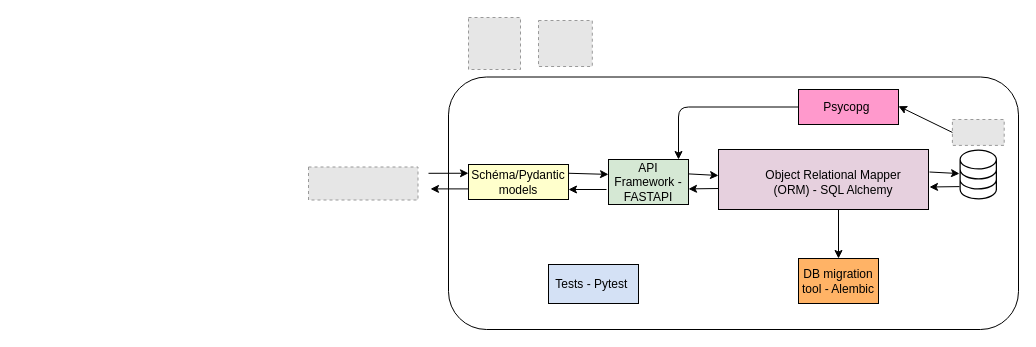
louisDBZ/2014_P1 keeps this draw.io diagram as documentation-resources/SW_Architecture_Diagram.drawio. Above is the earlier version. Source tidied: cells renumbered, new cells numbered last; positions are measured from the earlier drawing's top-left corner, leaving out a move shared by most shapes. Both pictures are drawn from the tidied source at 100%, with x=0, y=0 at pixel (308, 17). Pictures stored in the file or linked from it are replaced by grey dashed boxes.
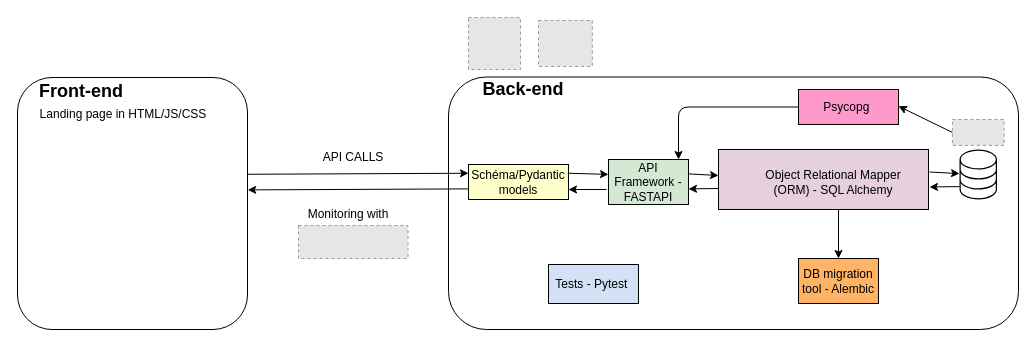
Above is the later version.

The change refers to these unchanged cells:
```xml
<mxCell id="8" value="Schéma/Pydantic models" style="rounded=0;whiteSpace=wrap;html=1;strokeColor=#000000;fillColor=#FFFFCC;" parent="1" vertex="1">
  <mxGeometry x="160" y="147" width="100" height="35" as="geometry" />
</mxCell>
```

What changed in the source:
```diff
@@
-    <mxCell id="9" style="endArrow=classic;html=1;entryX=0;entryY=0.25;entryDx=0;entryDy=0;exitX=1;exitY=0.387;exitDx=0;exitDy=0;exitPerimeter=0;" parent="1" edge="1" target="8">
-      <mxGeometry relative="1" as="geometry">
-        <mxPoint x="120" y="155.8" as="sourcePoint" />
-      </mxGeometry>
+    <mxCell id="9" style="endArrow=classic;html=1;entryX=0;entryY=0.25;entryDx=0;entryDy=0;exitX=1.001;exitY=0.384;exitDx=0;exitDy=0;exitPerimeter=0;" parent="1" edge="1" source="27" target="8">
+      <mxGeometry relative="1" as="geometry" />
     </mxCell>
@@
-    <mxCell id="13" style="endArrow=classic;html=1;" parent="1" edge="1">
+    <mxCell id="13" style="endArrow=classic;html=1;entryX=1.001;entryY=0.446;entryDx=0;entryDy=0;entryPerimeter=0;" parent="1" edge="1" target="27">
       <mxGeometry relative="1" as="geometry">
         <mxPoint x="160" y="171.4" as="sourcePoint" />
-        <mxPoint x="122" y="171.4" as="targetPoint" />
       </mxGeometry>
     </mxCell>
@@
     <mxCell id="25" style="fillColor=#E6E6E6;strokeColor=#999999;dashed=1;verticalLabelPosition=bottom;labelBackgroundColor=#ffffff;verticalAlign=top;" parent="1" vertex="1">
-      <mxGeometry y="149.5" width="109.5" height="33" as="geometry" />
+      <mxGeometry x="-10" y="208" width="109.5" height="33" as="geometry" />
     </mxCell>
+    <mxCell id="26" value="&lt;b&gt;&lt;font style=&quot;font-size: 18px&quot;&gt;Back-end&lt;/font&gt;&lt;/b&gt;" style="text;html=1;strokeColor=none;fillColor=none;align=center;verticalAlign=middle;whiteSpace=wrap;rounded=0;" parent="1" vertex="1">
+      <mxGeometry x="155" y="67" width="120" height="10" as="geometry" />
+    </mxCell>
+    <mxCell id="27" style="rounded=1;whiteSpace=wrap;html=1;" parent="1" vertex="1">
+      <mxGeometry x="-291" y="60" width="230" height="252" as="geometry" />
+    </mxCell>
+    <mxCell id="28" value="&lt;b&gt;&lt;font style=&quot;font-size: 18px&quot;&gt;Front-end&lt;/font&gt;&lt;/b&gt;" style="text;html=1;strokeColor=none;fillColor=none;align=center;verticalAlign=middle;whiteSpace=wrap;rounded=0;" parent="1" vertex="1">
+      <mxGeometry x="-287" y="69" width="120" height="10" as="geometry" />
+    </mxCell>
+    <mxCell id="29" value="Landing page in HTML/JS/CSS" style="text;html=1;strokeColor=none;fillColor=none;align=center;verticalAlign=middle;whiteSpace=wrap;rounded=0;" parent="1" vertex="1">
+      <mxGeometry x="-270" y="87" width="170" height="20" as="geometry" />
+    </mxCell>
+    <mxCell id="30" value="API CALLS" style="text;html=1;strokeColor=none;fillColor=none;align=center;verticalAlign=middle;whiteSpace=wrap;rounded=0;" parent="1" vertex="1">
+      <mxGeometry y="129.5" width="90" height="20" as="geometry" />
+    </mxCell>
+    <mxCell id="31" value="Monitoring with" style="text;html=1;strokeColor=none;fillColor=none;align=center;verticalAlign=middle;whiteSpace=wrap;rounded=0;" parent="1" vertex="1">
+      <mxGeometry x="-10" y="192" width="100" height="10" as="geometry" />
+    </mxCell>
```
